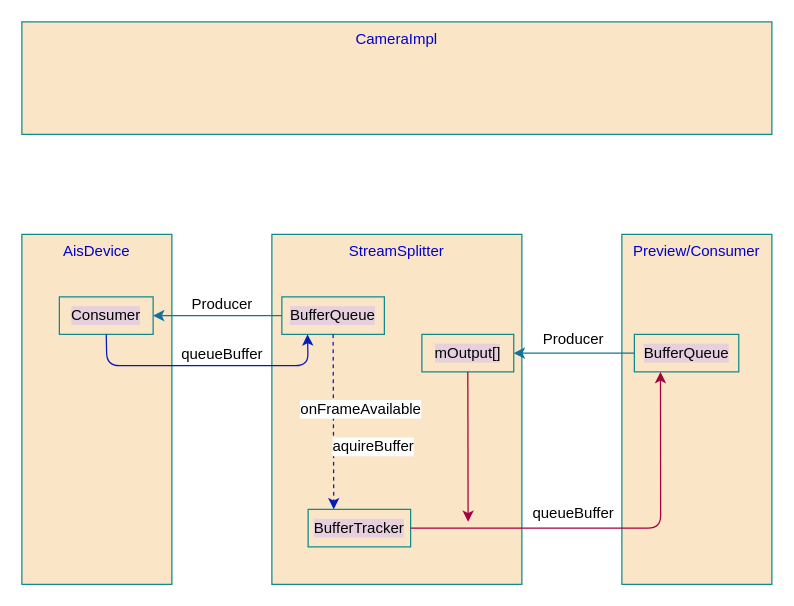
Earlier version of the draw.io diagram page "Camera3StreamSplitter" (2 of 3) of camera.drawio (milk1990/AndFix). Source tidied: cells renumbered, new cells numbered last; positions are measured from the earlier drawing's top-left corner, leaving out a move shared by most shapes. Both pictures are drawn from the tidied source at 125%, with x=0, y=0 at pixel (21, 21).
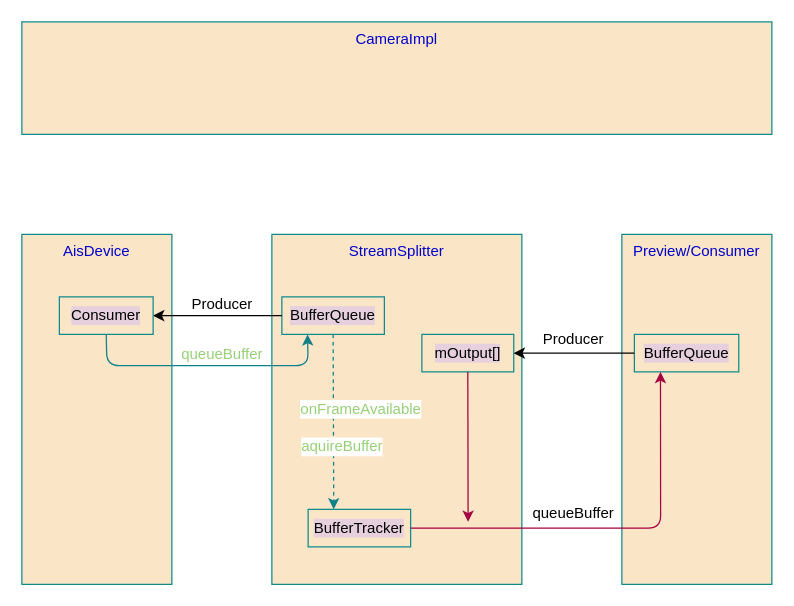
After the change.

The change refers to these unchanged cells:
```xml
<mxCell id="6" value="BufferQueue" style="rounded=0;whiteSpace=wrap;html=1;labelBackgroundColor=#E6D0DE;sketch=0;fontSize=12;fontColor=#000000;strokeColor=#0F8B8D;fillColor=#FAE5C7;" parent="1" vertex="1">
  <mxGeometry x="208" y="220" width="82" height="30" as="geometry" />
</mxCell>
<mxCell id="9" value="Consumer" style="rounded=0;whiteSpace=wrap;html=1;labelBackgroundColor=#E6D0DE;sketch=0;fontSize=12;fontColor=#000000;strokeColor=#0F8B8D;fillColor=#FAE5C7;" parent="1" vertex="1">
  <mxGeometry x="30" y="220" width="75" height="30" as="geometry" />
</mxCell>
<mxCell id="12" value="BufferQueue" style="rounded=0;whiteSpace=wrap;html=1;labelBackgroundColor=#E6D0DE;sketch=0;fontSize=12;fontColor=#000000;strokeColor=#0F8B8D;fillColor=#FAE5C7;" parent="1" vertex="1">
  <mxGeometry x="490" y="250" width="83.5" height="30" as="geometry" />
</mxCell>
<mxCell id="13" value="mOutput[]" style="rounded=0;whiteSpace=wrap;html=1;labelBackgroundColor=#E6D0DE;sketch=0;fontSize=12;fontColor=#000000;strokeColor=#0F8B8D;fillColor=#FAE5C7;" parent="1" vertex="1">
  <mxGeometry x="320" y="250" width="73.5" height="30" as="geometry" />
</mxCell>
<mxCell id="16" value="BufferTracker" style="rounded=0;whiteSpace=wrap;html=1;labelBackgroundColor=#E6D0DE;sketch=0;fontSize=12;fontColor=#000000;strokeColor=#0F8B8D;fillColor=#FAE5C7;" parent="1" vertex="1">
  <mxGeometry x="229" y="390" width="82" height="30" as="geometry" />
</mxCell>
```

Diff of the diagram source:
```diff
@@
-    <mxCell id="7" style="endArrow=classic;html=1;rounded=1;sketch=0;fontSize=12;fontColor=#000000;strokeColor=#10739e;fillColor=#b1ddf0;curved=0;exitX=0;exitY=0.5;exitDx=0;exitDy=0;entryX=1;entryY=0.5;entryDx=0;entryDy=0;" parent="1" edge="1" source="6" target="9">
+    <mxCell id="7" style="endArrow=classic;html=1;rounded=1;sketch=0;fontSize=12;fontColor=#000000;strokeColor=#000000;fillColor=#b1ddf0;curved=0;exitX=0;exitY=0.5;exitDx=0;exitDy=0;entryX=1;entryY=0.5;entryDx=0;entryDy=0;" parent="1" edge="1" source="6" target="9">
       <mxGeometry relative="1" as="geometry" />
     </mxCell>
@@
-    <mxCell id="10" style="endArrow=classic;html=1;rounded=1;sketch=0;fontSize=12;fontColor=#000000;strokeColor=#001DBC;fillColor=#0050ef;curved=0;exitX=0.5;exitY=1;exitDx=0;exitDy=0;entryX=0.25;entryY=1;entryDx=0;entryDy=0;" parent="1" edge="1" source="9" target="6">
+    <mxCell id="10" style="endArrow=classic;html=1;rounded=1;sketch=0;fontSize=12;fontColor=#000000;strokeColor=#0e8088;fillColor=#b0e3e6;curved=0;exitX=0.5;exitY=1;exitDx=0;exitDy=0;entryX=0.25;entryY=1;entryDx=0;entryDy=0;" parent="1" edge="1" source="9" target="6">
       <mxGeometry relative="1" as="geometry">
         <Array as="points">
           <mxPoint x="68" y="275" />
           <mxPoint x="229" y="275" />
         </Array>
       </mxGeometry>
     </mxCell>
-    <mxCell id="11" value="queueBuffer" style="edgeLabel;html=1;align=center;verticalAlign=middle;fontSize=12;fontColor=#000000;" parent="10" vertex="1">
+    <mxCell id="11" value="queueBuffer" style="edgeLabel;html=1;align=center;verticalAlign=middle;fontSize=12;fontColor=#97D077;" parent="10" vertex="1">
       <mxGeometry x="-0.09" relative="1" as="geometry">
         <mxPoint x="21" y="-10" as="offset" />
       </mxGeometry>
     </mxCell>
@@
-    <mxCell id="14" style="endArrow=classic;html=1;rounded=1;sketch=0;fontSize=12;fontColor=#000000;strokeColor=#10739e;fillColor=#b1ddf0;curved=0;exitX=0;exitY=0.5;exitDx=0;exitDy=0;entryX=1;entryY=0.5;entryDx=0;entryDy=0;" parent="1" edge="1" source="12" target="13">
+    <mxCell id="14" style="endArrow=classic;html=1;rounded=1;sketch=0;fontSize=12;fontColor=#000000;strokeColor=#000000;fillColor=#b1ddf0;curved=0;exitX=0;exitY=0.5;exitDx=0;exitDy=0;entryX=1;entryY=0.5;entryDx=0;entryDy=0;" parent="1" edge="1" source="12" target="13">
       <mxGeometry relative="1" as="geometry" />
     </mxCell>
@@
-    <mxCell id="17" style="endArrow=classic;html=1;rounded=1;sketch=0;fontSize=12;fontColor=#000000;strokeColor=#001DBC;fillColor=#0050ef;curved=0;exitX=0.5;exitY=1;exitDx=0;exitDy=0;entryX=0.25;entryY=0;entryDx=0;entryDy=0;dashed=1;" parent="1" edge="1" target="16">
+    <mxCell id="17" style="endArrow=classic;html=1;rounded=1;sketch=0;fontSize=12;fontColor=#000000;strokeColor=#0e8088;fillColor=#b0e3e6;curved=0;exitX=0.5;exitY=1;exitDx=0;exitDy=0;entryX=0.25;entryY=0;entryDx=0;entryDy=0;dashed=1;" parent="1" edge="1" target="16">
       <mxGeometry relative="1" as="geometry">
         <mxPoint x="249" y="250" as="sourcePoint" />
       </mxGeometry>
     </mxCell>
-    <mxCell id="18" value="onFrameAvailable" style="edgeLabel;html=1;align=center;verticalAlign=middle;fontSize=12;fontColor=#000000;" parent="17" vertex="1">
+    <mxCell id="18" value="onFrameAvailable" style="edgeLabel;html=1;align=center;verticalAlign=middle;fontSize=12;fontColor=#97D077;" parent="17" vertex="1">
       <mxGeometry x="0.17" y="1" relative="1" as="geometry">
         <mxPoint x="20" y="-22" as="offset" />
       </mxGeometry>
     </mxCell>
-    <mxCell id="19" value="aquireBuffer" style="edgeLabel;html=1;align=center;verticalAlign=middle;fontSize=12;fontColor=#000000;" parent="17" vertex="1">
+    <mxCell id="19" value="aquireBuffer" style="edgeLabel;html=1;align=center;verticalAlign=middle;fontSize=12;fontColor=#97D077;" parent="17" vertex="1">
       <mxGeometry x="0.38" relative="1" as="geometry">
-        <mxPoint x="31" y="-7" as="offset" />
+        <mxPoint x="6" y="-7" as="offset" />
       </mxGeometry>
     </mxCell>
```
